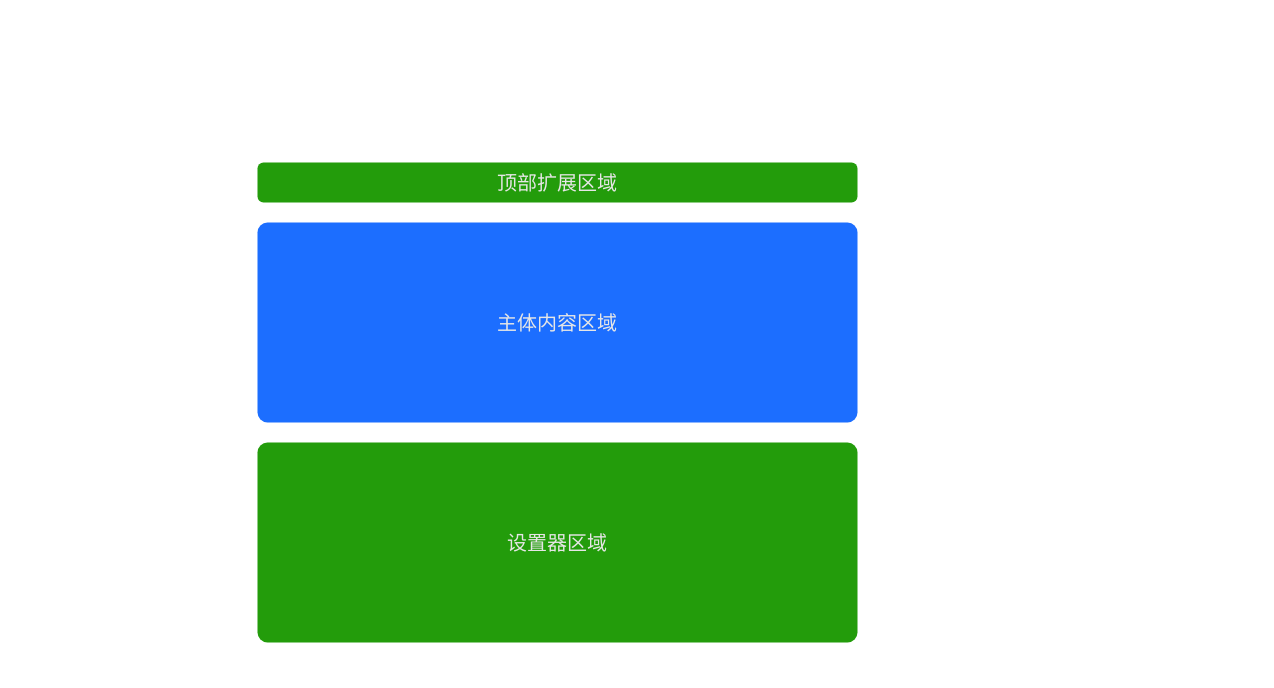
Above: page "静态结构" (2 of 12) of lowCode/lc.drawio in zhuoooo/doodles (draw.io), before the change. Source tidied: cells renumbered, new cells numbered last; positions are measured from the earlier drawing's top-left corner, leaving out a move shared by most shapes. Both pictures are drawn from the tidied source at 100%, with x=0, y=0 at pixel (257, 162).
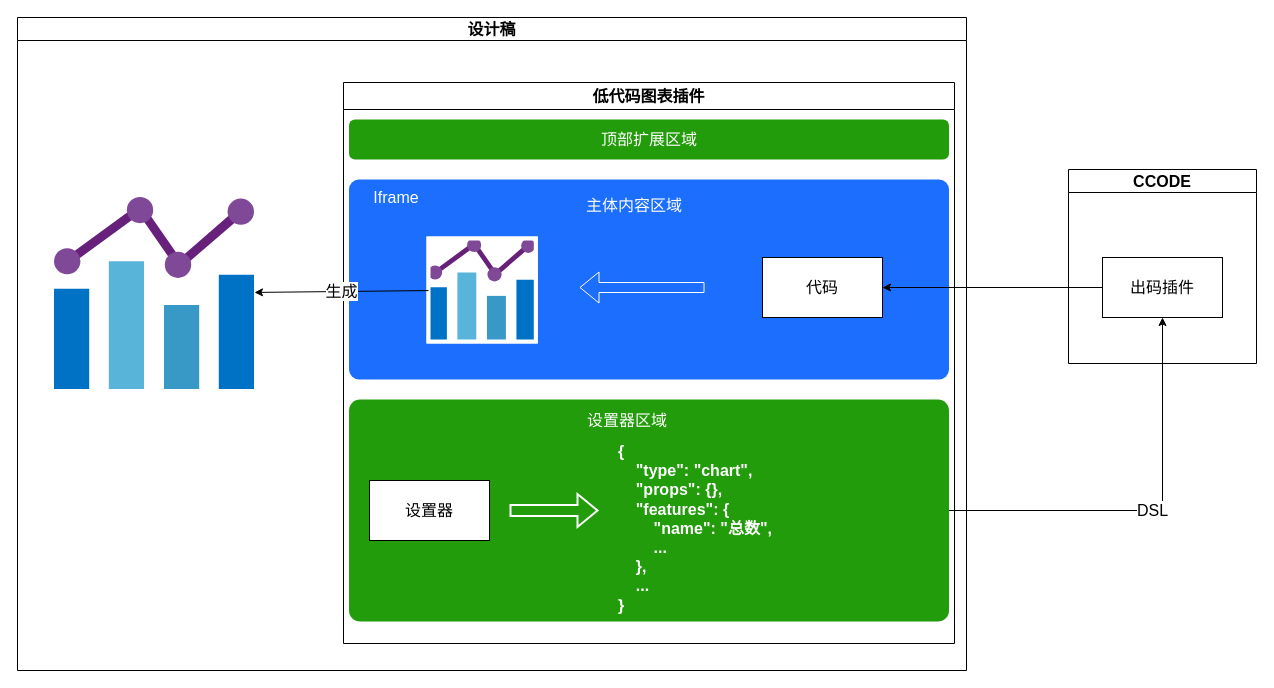
After the change.

What changed in the source:
```diff
@@
+    <mxCell id="5" value="&lt;font style=&quot;font-size: 16px;&quot;&gt;设计稿&lt;/font&gt;" style="swimlane;whiteSpace=wrap;html=1;fontFamily=微软雅黑;fontSize=16;" parent="1" vertex="1">
+      <mxGeometry x="-240" y="-145" width="949" height="653" as="geometry" />
+    </mxCell>
+    <mxCell id="6" value="&lt;font style=&quot;font-size: 16px;&quot;&gt;低代码图表插件&lt;/font&gt;" style="swimlane;whiteSpace=wrap;html=1;startSize=27;fontFamily=微软雅黑;fontSize=16;" parent="5" vertex="1">
+      <mxGeometry x="326" y="65" width="611" height="561" as="geometry" />
+    </mxCell>
-    <mxCell id="2" value="顶部扩展区域" style="rounded=1;whiteSpace=wrap;html=1;fillColor=#239c0b;strokeColor=none;fontFamily=PingFang;fontSize=20;fontColor=#E6E6E6;" parent="1" vertex="1">
-      <mxGeometry width="600" height="40" as="geometry" />
+    <mxCell id="2" value="顶部扩展区域" style="rounded=1;whiteSpace=wrap;html=1;fillColor=#239c0b;strokeColor=none;fontFamily=微软雅黑;fontSize=16;fontColor=#FFFFFF;" parent="6" vertex="1">
+      <mxGeometry x="5.5" y="37" width="600" height="40" as="geometry" />
     </mxCell>
-    <mxCell id="3" value="主体内容区域" style="rounded=1;whiteSpace=wrap;html=1;arcSize=5;fillColor=#1c6eff;strokeColor=none;fontFamily=PingFang;fontSize=20;fontColor=#E6E6E6;" parent="1" vertex="1">
-      <mxGeometry y="60" width="600" height="200" as="geometry" />
+    <mxCell id="3" style="rounded=1;whiteSpace=wrap;html=1;arcSize=5;fillColor=#1c6eff;strokeColor=none;fontFamily=微软雅黑;fontSize=16;fontColor=#E6E6E6;" parent="6" vertex="1">
+      <mxGeometry x="5.5" y="97" width="600" height="200" as="geometry" />
     </mxCell>
-    <mxCell id="4" value="设置器区域" style="rounded=1;whiteSpace=wrap;html=1;arcSize=5;fillColor=#239c0b;strokeColor=none;fontFamily=PingFang;fontSize=20;fontColor=#E6E6E6;" parent="1" vertex="1">
-      <mxGeometry y="280" width="600" height="200" as="geometry" />
+    <mxCell id="4" style="rounded=1;whiteSpace=wrap;html=1;arcSize=5;fillColor=#239c0b;strokeColor=none;fontFamily=微软雅黑;fontSize=16;fontColor=#E6E6E6;" parent="6" vertex="1">
+      <mxGeometry x="5.5" y="317" width="600" height="222" as="geometry" />
     </mxCell>
+    <mxCell id="7" style="image;sketch=0;html=1;points=[];align=center;fontSize=16;image=img/lib/mscae/Chart.svg;fontFamily=微软雅黑;imageBackground=default;imageBorder=#FFFFFF;strokeWidth=4;" parent="6" vertex="1">
+      <mxGeometry x="85" y="156" width="107.3" height="103" as="geometry" />
+    </mxCell>
+    <mxCell id="8" value="Iframe" style="text;html=1;align=center;verticalAlign=middle;whiteSpace=wrap;rounded=0;fontColor=#FFFFFF;fontFamily=微软雅黑;fontSize=16;" parent="6" vertex="1">
+      <mxGeometry x="12" y="97" width="82" height="35" as="geometry" />
+    </mxCell>
+    <mxCell id="9" value="&lt;span style=&quot;font-size: 16px; font-style: normal; font-variant-ligatures: normal; font-variant-caps: normal; font-weight: 400; letter-spacing: normal; orphans: 2; text-align: center; text-indent: 0px; text-transform: none; widows: 2; word-spacing: 0px; -webkit-text-stroke-width: 0px; white-space: normal; text-decoration-thickness: initial; text-decoration-style: initial; text-decoration-color: initial; float: none; display: inline !important;&quot;&gt;主体内容区域&lt;/span&gt;" style="text;whiteSpace=wrap;html=1;fillColor=none;fontColor=#FFFFFF;fontFamily=微软雅黑;fontSize=16;" parent="6" vertex="1">
+      <mxGeometry x="240.8" y="107" width="129.5" height="46" as="geometry" />
+    </mxCell>
+    <mxCell id="10" value="&lt;span style=&quot;font-size: 16px; font-style: normal; font-variant-ligatures: normal; font-variant-caps: normal; font-weight: 400; letter-spacing: normal; orphans: 2; text-align: center; text-indent: 0px; text-transform: none; widows: 2; word-spacing: 0px; -webkit-text-stroke-width: 0px; white-space: normal; text-decoration-thickness: initial; text-decoration-style: initial; text-decoration-color: initial; float: none; display: inline !important;&quot;&gt;&lt;font style=&quot;font-size: 16px;&quot; color=&quot;#ffffff&quot;&gt;设置器区域&lt;/font&gt;&lt;/span&gt;" style="text;whiteSpace=wrap;html=1;fontFamily=微软雅黑;fontSize=16;" parent="6" vertex="1">
+      <mxGeometry x="242.2" y="322" width="128" height="46" as="geometry" />
+    </mxCell>
+    <mxCell id="11" value="{&#10;    &quot;type&quot;: &quot;chart&quot;,&#10;    &quot;props&quot;: {},&#10;    &quot;features&quot;: {&#10;        &quot;name&quot;: &quot;总数&quot;,&#10;        ...&#10;    },&#10;    ...&#10;}" style="text;whiteSpace=wrap;fontFamily=微软雅黑;fontSize=16;fontStyle=1;fontColor=#FFFFFF;" parent="6" vertex="1">
+      <mxGeometry x="273" y="353" width="170" height="194" as="geometry" />
+    </mxCell>
+    <mxCell id="12" value="设置器" style="rounded=0;whiteSpace=wrap;html=1;fontFamily=微软雅黑;fontSize=16;" parent="6" vertex="1">
+      <mxGeometry x="26" y="398" width="120" height="60" as="geometry" />
+    </mxCell>
+    <mxCell id="13" style="shape=flexArrow;endArrow=classic;html=1;rounded=0;strokeColor=#FFFFFF;strokeWidth=2;fontFamily=微软雅黑;fontSize=16;" parent="6" edge="1">
+      <mxGeometry relative="1" as="geometry">
+        <mxPoint x="166" y="428" as="sourcePoint" />
+        <mxPoint x="255" y="428" as="targetPoint" />
+      </mxGeometry>
+    </mxCell>
+    <mxCell id="14" value="代码" style="rounded=0;whiteSpace=wrap;html=1;fontFamily=微软雅黑;fontSize=16;" parent="6" vertex="1">
+      <mxGeometry x="419" y="175" width="120" height="60" as="geometry" />
+    </mxCell>
+    <mxCell id="15" style="shape=flexArrow;endArrow=classic;html=1;rounded=0;strokeColor=#FFFFFF;fontFamily=微软雅黑;fontSize=16;" parent="6" edge="1">
+      <mxGeometry relative="1" as="geometry">
+        <mxPoint x="361" y="205" as="sourcePoint" />
+        <mxPoint x="236" y="205" as="targetPoint" />
+      </mxGeometry>
+    </mxCell>
+    <mxCell id="16" style="image;sketch=0;html=1;points=[];align=center;fontSize=16;image=img/lib/mscae/Chart.svg;fontFamily=微软雅黑;" parent="5" vertex="1">
+      <mxGeometry x="37" y="180" width="200" height="192" as="geometry" />
+    </mxCell>
+    <mxCell id="17" value="生成" style="rounded=0;jettySize=auto;html=1;fontFamily=微软雅黑;fontSize=16;" parent="5" edge="1" source="7" target="16">
+      <mxGeometry relative="1" as="geometry" />
+    </mxCell>
+    <mxCell id="18" value="&lt;font style=&quot;font-size: 16px;&quot;&gt;CCODE&lt;/font&gt;" style="swimlane;whiteSpace=wrap;html=1;fontFamily=微软雅黑;fontSize=16;" parent="1" vertex="1">
+      <mxGeometry x="811" y="7" width="188" height="194" as="geometry" />
+    </mxCell>
+    <mxCell id="19" value="出码插件" style="rounded=0;whiteSpace=wrap;html=1;fontFamily=微软雅黑;fontSize=16;" parent="18" vertex="1">
+      <mxGeometry x="34" y="88" width="120" height="60" as="geometry" />
+    </mxCell>
+    <mxCell id="20" value="DSL" style="edgeStyle=orthogonalEdgeStyle;rounded=0;jettySize=auto;html=1;fontFamily=微软雅黑;fontSize=16;" parent="1" edge="1" source="4" target="19">
+      <mxGeometry relative="1" as="geometry" />
+    </mxCell>
+    <mxCell id="21" style="edgeStyle=orthogonalEdgeStyle;rounded=0;jettySize=auto;html=1;fontSize=16;fontFamily=微软雅黑;entryX=1;entryY=0.5;entryDx=0;entryDy=0;" parent="1" edge="1" source="19" target="14">
+      <mxGeometry relative="1" as="geometry" />
+    </mxCell>
```
